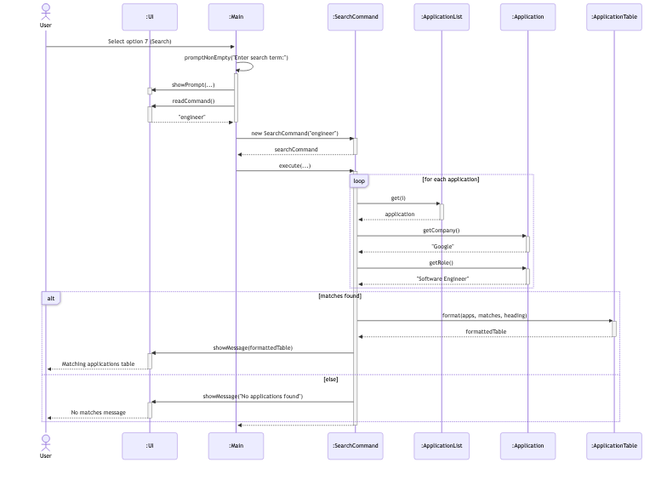
AY2627S1-CS2113-T10-2/tp keeps this Mermaid diagram as docs/diagrams/search-sequence.png. Above is the earlier version. Its source is kept beside it as docs/diagrams/sources/search-sequence.mmd.
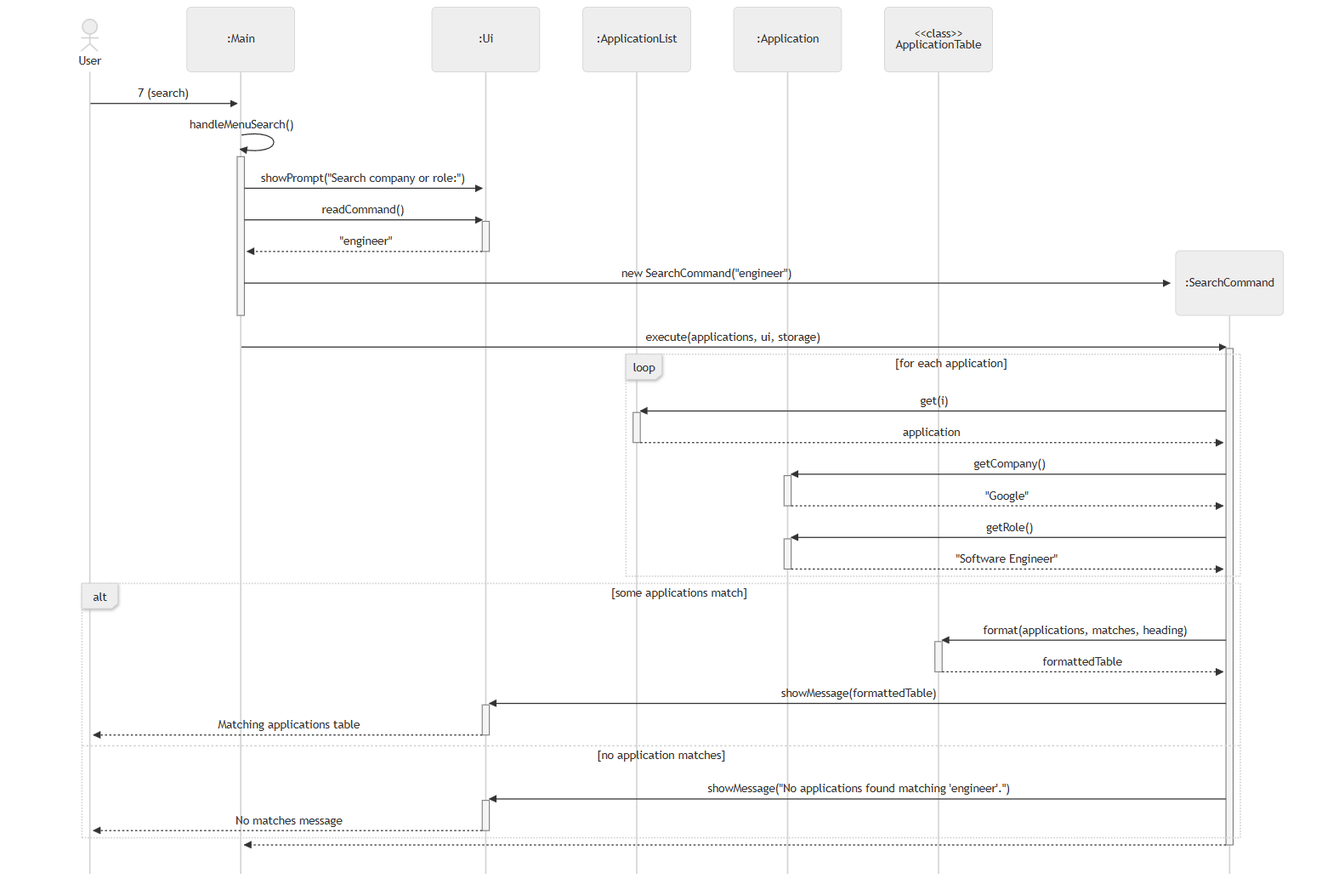
Above is the later version.

Change to the diagram source:
```diff
@@ -1,31 +1,24 @@
-%%{init: {'theme': 'default', 'sequence': {'actorMargin': 85, 'messageMargin': 45}}}%%
-%%{init: {'theme': 'default', 'sequence': {'actorMargin': 85, 'messageMargin': 45}}}%%
-%%{init: {'theme': 'default', 'sequence': {'actorMargin': 85, 'messageMargin': 45}}}%%
+%%{init: {'theme': 'neutral', 'sequence': {'mirrorActors': false, 'actorMargin': 60, 'messageMargin': 28}}}%%
 sequenceDiagram
     actor user as User
+    participant main as :Main
     participant ui as :Ui
-    participant main as :Main
-    participant cmd as :SearchCommand
     participant list as :ApplicationList
     participant app as :Application
-    participant table as :ApplicationTable
+    participant table as <<class>><br/>ApplicationTable
 
-    user->>main: Select option 7 (Search)
-    main->>main: promptNonEmpty("Enter search term:")
+    user->>main: 7 (search)
+    main->>main: handleMenuSearch()
     activate main
-    main->>ui: showPrompt(...)
-    activate ui
-    deactivate ui
+    main->>ui: showPrompt("Search company or role:")
     main->>ui: readCommand()
     activate ui
     ui-->>main: "engineer"
     deactivate ui
+    create participant cmd as :SearchCommand
+    main->>cmd: new SearchCommand("engineer")
     deactivate main
-    main->>cmd: new SearchCommand("engineer")
-    activate cmd
-    cmd-->>main: searchCommand
-    deactivate cmd
-    main->>cmd: execute(...)
+    main->>cmd: execute(applications, ui, storage)
     activate cmd
 
     loop for each application
@@ -43,8 +36,8 @@
         deactivate app
     end
 
-    alt matches found
-        cmd->>table: format(apps, matches, heading)
+    alt some applications match
+        cmd->>table: format(applications, matches, heading)
         activate table
         table-->>cmd: formattedTable
         deactivate table
@@ -52,12 +45,11 @@
         activate ui
         ui-->>user: Matching applications table
         deactivate ui
-    else else
-        cmd->>ui: showMessage("No applications found")
+    else no application matches
+        cmd->>ui: showMessage("No applications found matching 'engineer'.")
         activate ui
         ui-->>user: No matches message
         deactivate ui
     end
-
     cmd-->>main:
     deactivate cmd
```
